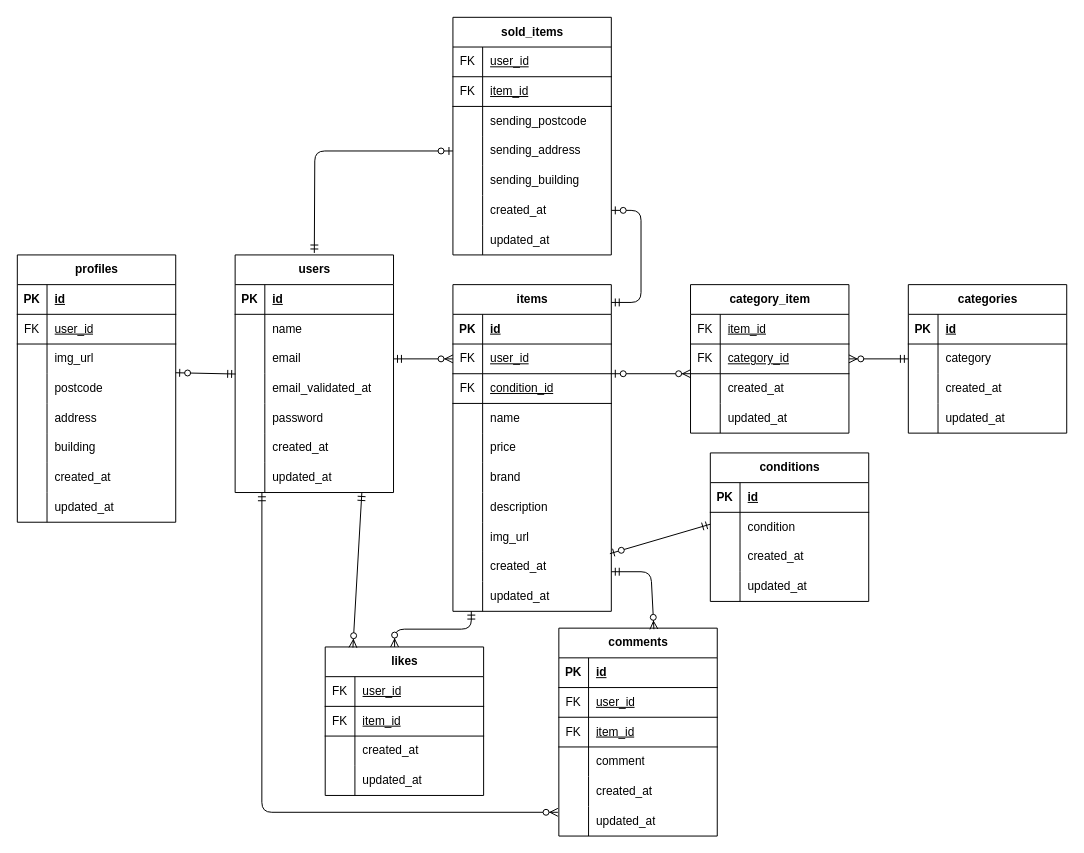
bunta27/free-market-app keeps this draw.io diagram as src/.drawio. Above is the earlier version. Source tidied: cells renumbered, new cells numbered last; positions are measured from the earlier drawing's top-left corner, leaving out a move shared by most shapes. Both pictures are drawn from the tidied source at 99%, with x=0, y=0 at pixel (17, 17).
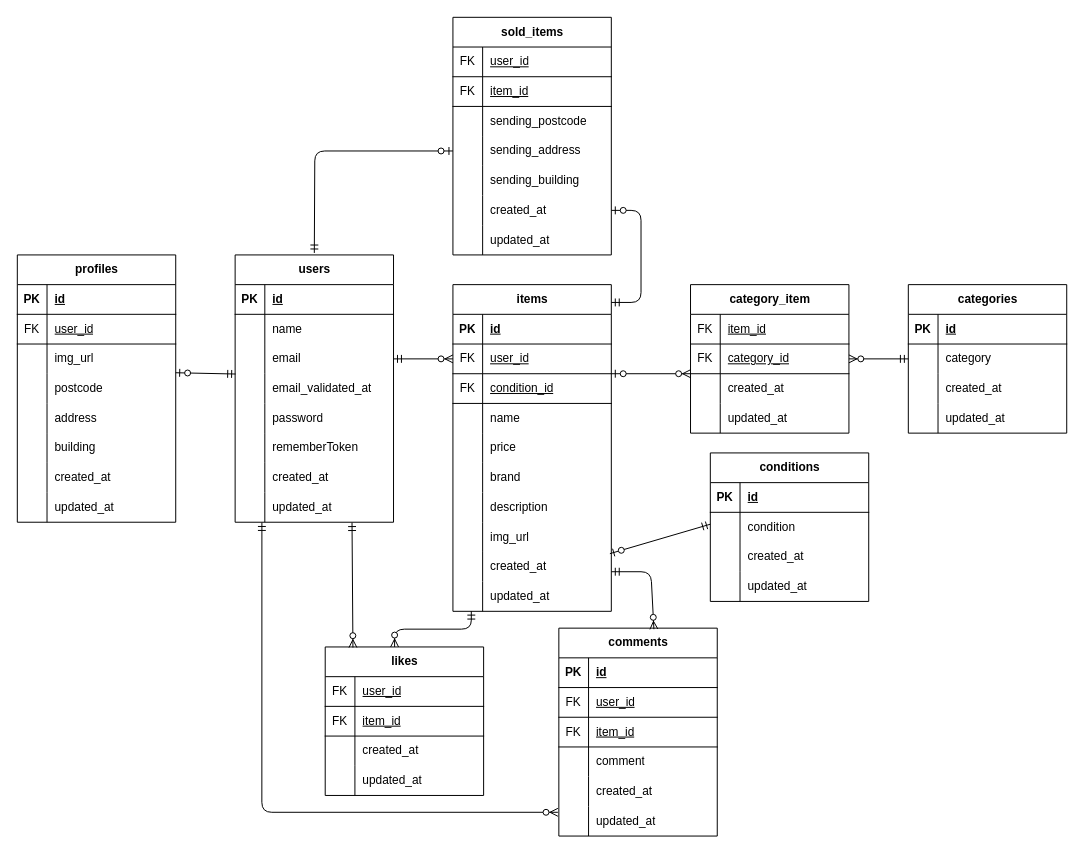
After the change.

Unchanged cells that the change refers to:
```xml
<mxCell id="102" value="likes" style="shape=table;startSize=30;childLayout=tableLayout;rowLines=0;fontStyle=1;align=center;html=1;" parent="1" vertex="1">
  <mxGeometry x="311" y="636" width="160" height="150" as="geometry" />
</mxCell>
```

Diff of the diagram source:
```diff
@@
     <mxCell id="2" value="users" style="shape=table;startSize=30;childLayout=tableLayout;rowLines=0;fontStyle=1;align=center;html=1;" parent="1" vertex="1">
-      <mxGeometry x="220" y="240" width="160" height="240" as="geometry" />
+      <mxGeometry x="220" y="240" width="160" height="270" as="geometry" />
     </mxCell>
@@
+    <mxCell id="184" style="shape=tableRow;horizontal=0;startSize=0;swimlaneHead=0;swimlaneBody=0;fillColor=none;top=0;left=0;right=0;bottom=0;" parent="2" vertex="1">
+      <mxGeometry y="180" width="160" height="30" as="geometry" />
+    </mxCell>
+    <mxCell id="185" style="shape=partialRectangle;fillColor=none;top=0;left=0;bottom=0;right=0;overflow=hidden;whiteSpace=wrap;html=1;" parent="184" vertex="1">
+      <mxGeometry width="30" height="30" as="geometry" />
+    </mxCell>
+    <mxCell id="186" value="rememberToken" style="shape=partialRectangle;fillColor=none;top=0;left=0;bottom=0;right=0;align=left;spacingLeft=6;overflow=hidden;whiteSpace=wrap;html=1;" parent="184" vertex="1">
+      <mxGeometry x="30" width="130" height="30" as="geometry" />
+    </mxCell>
     <mxCell id="18" style="shape=tableRow;horizontal=0;startSize=0;swimlaneHead=0;swimlaneBody=0;fillColor=none;top=0;left=0;right=0;bottom=0;" parent="2" vertex="1">
-      <mxGeometry y="180" width="160" height="30" as="geometry" />
+      <mxGeometry y="210" width="160" height="30" as="geometry" />
     </mxCell>
@@
     <mxCell id="21" style="shape=tableRow;horizontal=0;startSize=0;swimlaneHead=0;swimlaneBody=0;fillColor=none;points=[[0,0.5],[1,0.5]];portConstraint=eastwest;top=0;left=0;right=0;bottom=0;" parent="2" vertex="1">
-      <mxGeometry y="210" width="160" height="30" as="geometry" />
+      <mxGeometry y="240" width="160" height="30" as="geometry" />
     </mxCell>
@@
-    <mxCell id="180" style="fontSize=12;html=1;endArrow=ERzeroToMany;startArrow=ERmandOne;entryX=0.175;entryY=0.004;entryDx=0;entryDy=0;entryPerimeter=0;" parent="1" edge="1" target="102">
-      <mxGeometry relative="1" as="geometry">
-        <mxPoint x="348" y="480" as="sourcePoint" />
-      </mxGeometry>
+    <mxCell id="180" style="fontSize=12;html=1;endArrow=ERzeroToMany;startArrow=ERmandOne;entryX=0.175;entryY=0.004;entryDx=0;entryDy=0;entryPerimeter=0;exitX=0.738;exitY=1.013;exitDx=0;exitDy=0;exitPerimeter=0;" parent="1" edge="1" source="21" target="102">
+      <mxGeometry relative="1" as="geometry" />
     </mxCell>
```
